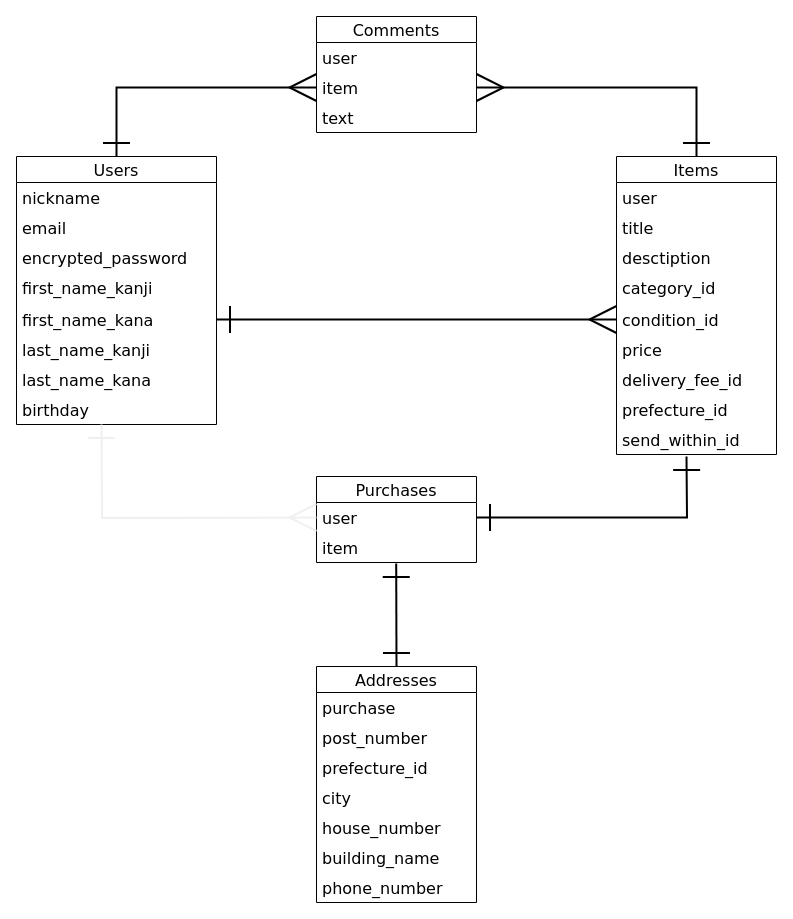
The draw.io diagram Database_design.dio in Malakir3/furima-34807, before the edit. Source tidied: cells renumbered, new cells numbered last; positions are measured from the earlier drawing's top-left corner, leaving out a move shared by most shapes. Both pictures are drawn from the tidied source at 100%, with x=0, y=0 at pixel (16, 16).
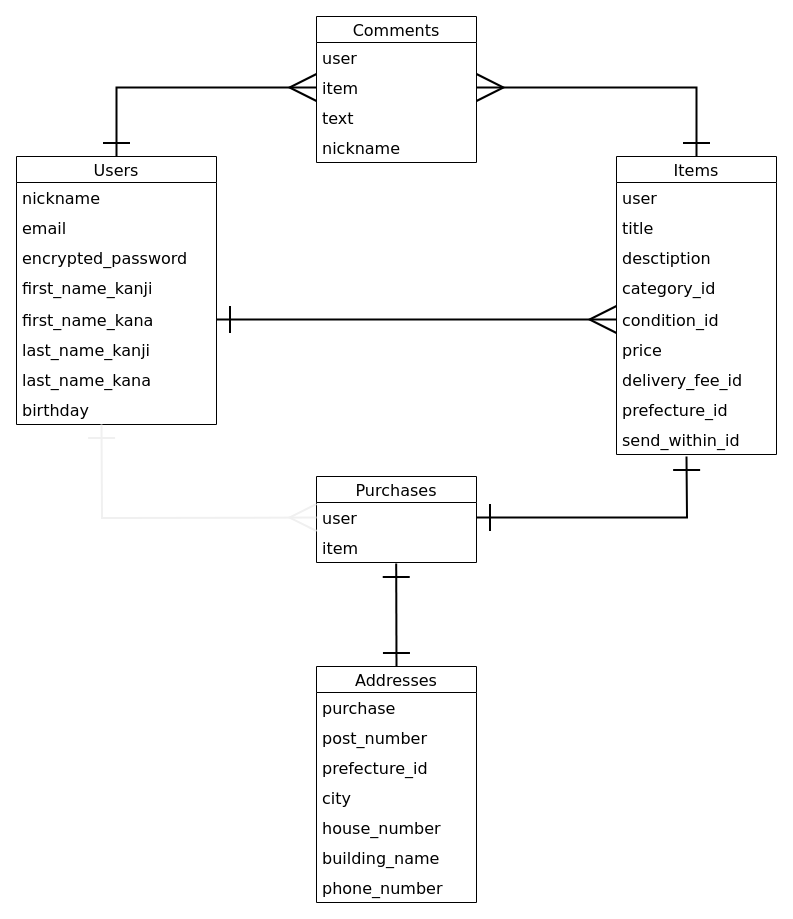
Above is the later version.

What changed in the source:
```diff
@@
     <mxCell id="22" value="Comments" style="swimlane;fontStyle=0;horizontal=1;startSize=26;align=center;fontSize=16;fontFamily=Verdana;" parent="1" vertex="1">
-      <mxGeometry x="300" width="160" height="116" as="geometry" />
+      <mxGeometry x="300" width="160" height="146" as="geometry" />
     </mxCell>
@@
+    <mxCell id="42" value="nickname" style="text;strokeColor=none;fillColor=none;spacingLeft=4;spacingRight=4;overflow=hidden;fontSize=16;fontFamily=Verdana;" parent="22" vertex="1">
+      <mxGeometry y="116" width="160" height="30" as="geometry" />
+    </mxCell>
```
